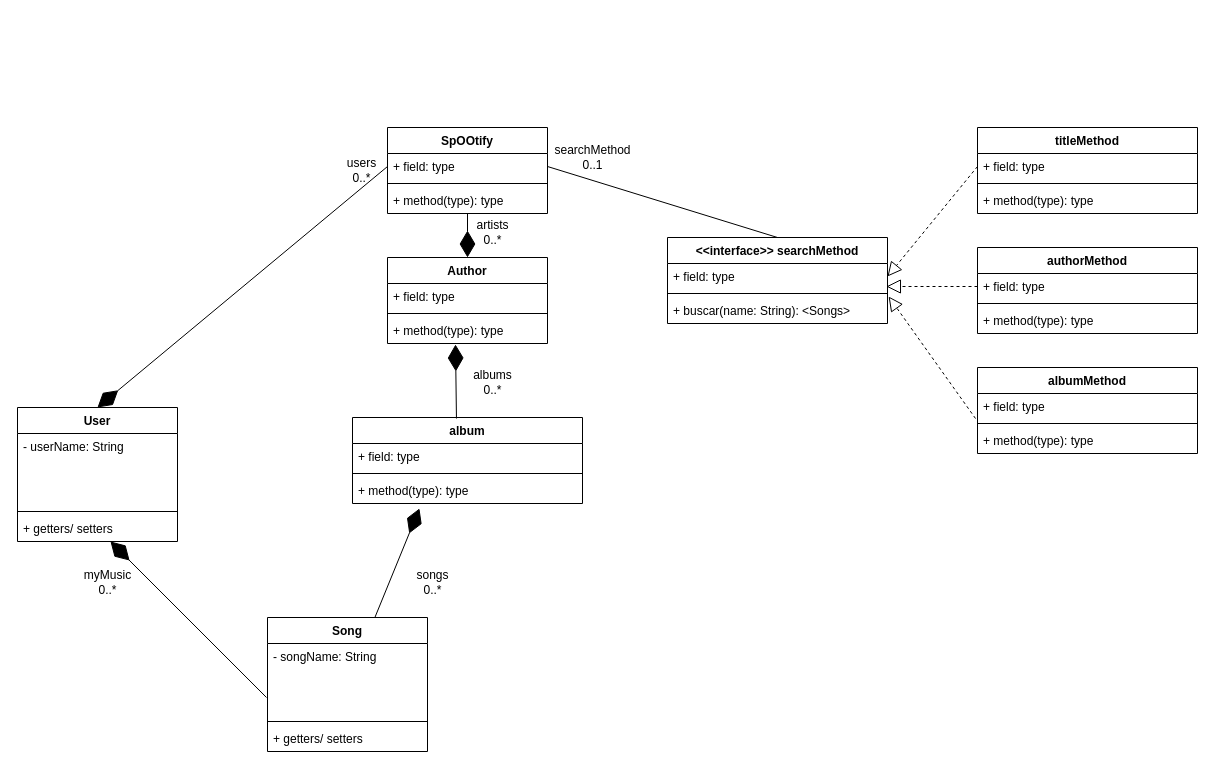
This is practica5_ejercicio1.drawio from ssofiaavila/OO2--Informatica-UNLP, a draw.io file, before an edit. Source tidied: cells renumbered, new cells numbered last; positions are measured from the earlier drawing's top-left corner, leaving out a move shared by most shapes. Both pictures are drawn from the tidied source at 100%, with x=0, y=0 at pixel (17, 127).
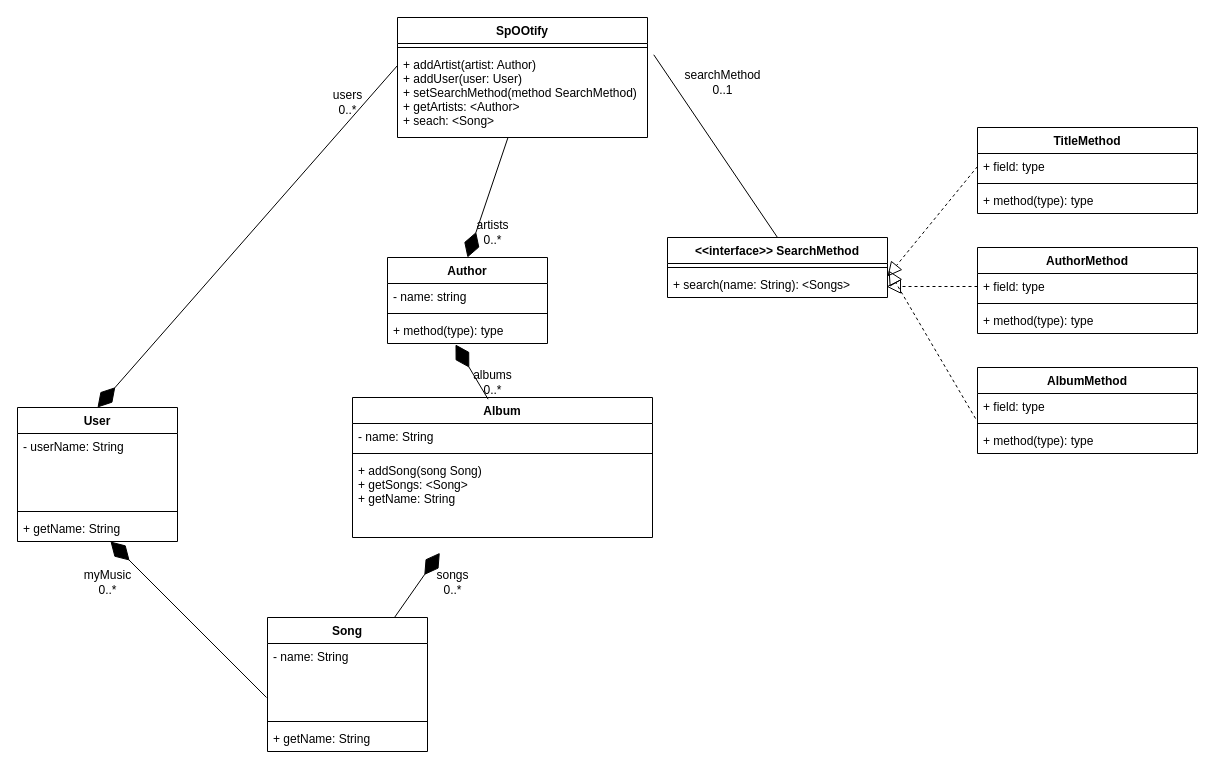
The same diagram, later.

Unchanged cells that the change refers to:
```xml
<mxCell id="6" value="User" style="swimlane;fontStyle=1;align=center;verticalAlign=top;horizontal=1;startSize=26;" parent="1" vertex="1">
  <mxGeometry y="280" width="160" height="134" as="geometry" />
</mxCell>
<mxCell id="10" value="Song" style="swimlane;fontStyle=1;align=center;verticalAlign=top;horizontal=1;startSize=26;" parent="1" vertex="1">
  <mxGeometry x="250" y="490" width="160" height="134" as="geometry" />
</mxCell>
<mxCell id="25" value="+ field: type" style="text;strokeColor=none;fillColor=none;align=left;verticalAlign=top;spacingLeft=4;spacingRight=4;overflow=hidden;points=[[0,0.5],[1,0.5]];portConstraint=eastwest;" parent="24" vertex="1">
  <mxGeometry y="26" width="220" height="26" as="geometry" />
</mxCell>
<mxCell id="29" value="+ field: type" style="text;strokeColor=none;fillColor=none;align=left;verticalAlign=top;spacingLeft=4;spacingRight=4;overflow=hidden;points=[[0,0.5],[1,0.5]];portConstraint=eastwest;" parent="28" vertex="1">
  <mxGeometry y="26" width="220" height="26" as="geometry" />
</mxCell>
<mxCell id="43" value="Author" style="swimlane;fontStyle=1;align=center;verticalAlign=top;horizontal=1;startSize=26;" parent="1" vertex="1">
  <mxGeometry x="370" y="130" width="160" height="86" as="geometry" />
</mxCell>
```

Diff of the diagram source:
```diff
@@
     <mxCell id="2" value="SpOOtify" style="swimlane;fontStyle=1;align=center;verticalAlign=top;horizontal=1;startSize=26;" parent="1" vertex="1">
-      <mxGeometry x="370" width="160" height="86" as="geometry" />
+      <mxGeometry x="380" y="-110" width="250" height="120" as="geometry" />
     </mxCell>
-    <mxCell id="3" value="+ field: type" style="text;strokeColor=none;fillColor=none;align=left;verticalAlign=top;spacingLeft=4;spacingRight=4;overflow=hidden;points=[[0,0.5],[1,0.5]];portConstraint=eastwest;" parent="2" vertex="1">
-      <mxGeometry y="26" width="160" height="26" as="geometry" />
-    </mxCell>
     <mxCell id="4" style="line;strokeWidth=1;fillColor=none;align=left;verticalAlign=middle;spacingTop=-1;spacingLeft=3;spacingRight=3;labelPosition=right;" parent="2" vertex="1">
-      <mxGeometry y="52" width="160" height="8" as="geometry" />
+      <mxGeometry y="26" width="250" height="8" as="geometry" />
     </mxCell>
-    <mxCell id="5" value="+ method(type): type" style="text;strokeColor=none;fillColor=none;align=left;verticalAlign=top;spacingLeft=4;spacingRight=4;overflow=hidden;points=[[0,0.5],[1,0.5]];portConstraint=eastwest;" parent="2" vertex="1">
-      <mxGeometry y="60" width="160" height="26" as="geometry" />
+    <mxCell id="5" value="+ addArtist(artist: Author)&#10;+ addUser(user: User)&#10;+ setSearchMethod(method SearchMethod)&#10;+ getArtists: &lt;Author&gt;&#10;+ seach: &lt;Song&gt;" style="text;strokeColor=none;fillColor=none;align=left;verticalAlign=top;spacingLeft=4;spacingRight=4;overflow=hidden;points=[[0,0.5],[1,0.5]];portConstraint=eastwest;" parent="2" vertex="1">
+      <mxGeometry y="34" width="250" height="86" as="geometry" />
     </mxCell>
@@
-    <mxCell id="9" value="+ getters/ setters" style="text;strokeColor=none;fillColor=none;align=left;verticalAlign=top;spacingLeft=4;spacingRight=4;overflow=hidden;points=[[0,0.5],[1,0.5]];portConstraint=eastwest;" parent="6" vertex="1">
+    <mxCell id="9" value="+ getName: String&#10;" style="text;strokeColor=none;fillColor=none;align=left;verticalAlign=top;spacingLeft=4;spacingRight=4;overflow=hidden;points=[[0,0.5],[1,0.5]];portConstraint=eastwest;" parent="6" vertex="1">
       <mxGeometry y="108" width="160" height="26" as="geometry" />
     </mxCell>
@@
-    <mxCell id="11" value="- songName: String" style="text;strokeColor=none;fillColor=none;align=left;verticalAlign=top;spacingLeft=4;spacingRight=4;overflow=hidden;points=[[0,0.5],[1,0.5]];portConstraint=eastwest;" parent="10" vertex="1">
+    <mxCell id="11" value="- name: String" style="text;strokeColor=none;fillColor=none;align=left;verticalAlign=top;spacingLeft=4;spacingRight=4;overflow=hidden;points=[[0,0.5],[1,0.5]];portConstraint=eastwest;" parent="10" vertex="1">
       <mxGeometry y="26" width="160" height="74" as="geometry" />
     </mxCell>
@@
-    <mxCell id="13" value="+ getters/ setters" style="text;strokeColor=none;fillColor=none;align=left;verticalAlign=top;spacingLeft=4;spacingRight=4;overflow=hidden;" parent="10" vertex="1">
+    <mxCell id="13" value="+ getName: String" style="text;strokeColor=none;fillColor=none;align=left;verticalAlign=top;spacingLeft=4;spacingRight=4;overflow=hidden;" parent="10" vertex="1">
       <mxGeometry y="108" width="160" height="26" as="geometry" />
     </mxCell>
@@
-    <mxCell id="16" style="endArrow=diamondThin;endFill=1;endSize=24;html=1;rounded=0;exitX=0;exitY=0.5;exitDx=0;exitDy=0;entryX=0.5;entryY=0;entryDx=0;entryDy=0;" parent="1" edge="1" source="3" target="6">
+    <mxCell id="16" style="endArrow=diamondThin;endFill=1;endSize=24;html=1;rounded=0;exitX=0;exitY=0.4;exitDx=0;exitDy=0;entryX=0.5;entryY=0;entryDx=0;entryDy=0;exitPerimeter=0;" parent="1" edge="1" source="2" target="6">
       <mxGeometry relative="1" as="geometry" />
     </mxCell>
     <mxCell id="17" value="users&lt;br&gt;0..*" style="text;html=1;align=center;verticalAlign=middle;strokeColor=none;fillColor=none;" parent="1" vertex="1">
-      <mxGeometry x="324" y="28" width="40" height="30" as="geometry" />
+      <mxGeometry x="310" y="-40" width="40" height="30" as="geometry" />
     </mxCell>
-    <mxCell id="18" value="&lt;&lt;interface&gt;&gt; searchMethod" style="swimlane;fontStyle=1;align=center;verticalAlign=top;horizontal=1;startSize=26;" parent="1" vertex="1">
-      <mxGeometry x="650" y="110" width="220" height="86" as="geometry" />
+    <mxCell id="18" value="&lt;&lt;interface&gt;&gt; SearchMethod" style="swimlane;fontStyle=1;align=center;verticalAlign=top;horizontal=1;startSize=26;" parent="1" vertex="1">
+      <mxGeometry x="650" y="110" width="220" height="60" as="geometry" />
     </mxCell>
-    <mxCell id="19" value="+ field: type" style="text;strokeColor=none;fillColor=none;align=left;verticalAlign=top;spacingLeft=4;spacingRight=4;overflow=hidden;points=[[0,0.5],[1,0.5]];portConstraint=eastwest;" parent="18" vertex="1">
-      <mxGeometry y="26" width="220" height="26" as="geometry" />
-    </mxCell>
     <mxCell id="20" style="line;strokeWidth=1;fillColor=none;align=left;verticalAlign=middle;spacingTop=-1;spacingLeft=3;spacingRight=3;labelPosition=right;points=[];portConstraint=eastwest;" parent="18" vertex="1">
-      <mxGeometry y="52" width="220" height="8" as="geometry" />
+      <mxGeometry y="26" width="220" height="8" as="geometry" />
     </mxCell>
-    <mxCell id="21" value="+ buscar(name: String): &lt;Songs&gt;" style="text;strokeColor=none;fillColor=none;align=left;verticalAlign=top;spacingLeft=4;spacingRight=4;overflow=hidden;" parent="18" vertex="1">
-      <mxGeometry y="60" width="220" height="26" as="geometry" />
+    <mxCell id="21" value="+ search(name: String): &lt;Songs&gt;" style="text;strokeColor=none;fillColor=none;align=left;verticalAlign=top;spacingLeft=4;spacingRight=4;overflow=hidden;" parent="18" vertex="1">
+      <mxGeometry y="34" width="220" height="26" as="geometry" />
     </mxCell>
-    <mxCell id="22" style="endArrow=none;html=1;rounded=0;entryX=1;entryY=0.5;entryDx=0;entryDy=0;exitX=0.5;exitY=0;exitDx=0;exitDy=0;" parent="1" edge="1" source="18" target="3">
+    <mxCell id="22" style="endArrow=none;html=1;rounded=0;entryX=1.025;entryY=0.038;entryDx=0;entryDy=0;exitX=0.5;exitY=0;exitDx=0;exitDy=0;entryPerimeter=0;" parent="1" edge="1" source="18" target="5">
       <mxGeometry relative="1" as="geometry" />
     </mxCell>
     <mxCell id="23" value="searchMethod&lt;br&gt;0..1" style="text;html=1;align=center;verticalAlign=middle;strokeColor=none;fillColor=none;" parent="1" vertex="1">
-      <mxGeometry x="530" y="15" width="90" height="30" as="geometry" />
+      <mxGeometry x="660" y="-60" width="90" height="30" as="geometry" />
     </mxCell>
-    <mxCell id="24" value="titleMethod" style="swimlane;fontStyle=1;align=center;verticalAlign=top;horizontal=1;startSize=26;" parent="1" vertex="1">
+    <mxCell id="24" value="TitleMethod" style="swimlane;fontStyle=1;align=center;verticalAlign=top;horizontal=1;startSize=26;" parent="1" vertex="1">
       <mxGeometry x="960" width="220" height="86" as="geometry" />
     </mxCell>
@@
-    <mxCell id="28" value="authorMethod" style="swimlane;fontStyle=1;align=center;verticalAlign=top;horizontal=1;startSize=26;" parent="1" vertex="1">
+    <mxCell id="28" value="AuthorMethod" style="swimlane;fontStyle=1;align=center;verticalAlign=top;horizontal=1;startSize=26;" parent="1" vertex="1">
       <mxGeometry x="960" y="120" width="220" height="86" as="geometry" />
     </mxCell>
@@
-    <mxCell id="32" value="albumMethod" style="swimlane;fontStyle=1;align=center;verticalAlign=top;horizontal=1;startSize=26;" parent="1" vertex="1">
+    <mxCell id="32" value="AlbumMethod" style="swimlane;fontStyle=1;align=center;verticalAlign=top;horizontal=1;startSize=26;" parent="1" vertex="1">
       <mxGeometry x="960" y="240" width="220" height="86" as="geometry" />
     </mxCell>
@@
-    <mxCell id="36" style="endArrow=block;dashed=1;endFill=0;endSize=12;html=1;rounded=0;exitX=0;exitY=0.5;exitDx=0;exitDy=0;entryX=1;entryY=0.5;entryDx=0;entryDy=0;" parent="1" edge="1" source="25" target="19">
-      <mxGeometry relative="1" as="geometry" />
+    <mxCell id="36" style="endArrow=block;dashed=1;endFill=0;endSize=12;html=1;rounded=0;exitX=0;exitY=0.5;exitDx=0;exitDy=0;entryX=1;entryY=0.5;entryDx=0;entryDy=0;" parent="1" edge="1" source="25">
+      <mxGeometry relative="1" as="geometry">
+        <mxPoint x="870" y="149" as="targetPoint" />
+      </mxGeometry>
     </mxCell>
-    <mxCell id="37" style="endArrow=block;dashed=1;endFill=0;endSize=12;html=1;rounded=0;entryX=0.995;entryY=0.885;entryDx=0;entryDy=0;entryPerimeter=0;" parent="1" edge="1" source="29" target="19">
-      <mxGeometry relative="1" as="geometry" />
+    <mxCell id="37" style="endArrow=block;dashed=1;endFill=0;endSize=12;html=1;rounded=0;entryX=0.995;entryY=0.885;entryDx=0;entryDy=0;entryPerimeter=0;" parent="1" edge="1" source="29">
+      <mxGeometry relative="1" as="geometry">
+        <mxPoint x="868.9" y="159" as="targetPoint" />
+      </mxGeometry>
     </mxCell>
@@
-    <mxCell id="39" value="album" style="swimlane;fontStyle=1;align=center;verticalAlign=top;horizontal=1;startSize=26;" parent="1" vertex="1">
-      <mxGeometry x="335" y="290" width="230" height="86" as="geometry" />
+    <mxCell id="39" value="Album" style="swimlane;fontStyle=1;align=center;verticalAlign=top;horizontal=1;startSize=26;" parent="1" vertex="1">
+      <mxGeometry x="335" y="270" width="300" height="140" as="geometry" />
     </mxCell>
-    <mxCell id="40" value="+ field: type" style="text;strokeColor=none;fillColor=none;align=left;verticalAlign=top;spacingLeft=4;spacingRight=4;overflow=hidden;" parent="39" vertex="1">
-      <mxGeometry y="26" width="230" height="26" as="geometry" />
+    <mxCell id="40" value="- name: String" style="text;strokeColor=none;fillColor=none;align=left;verticalAlign=top;spacingLeft=4;spacingRight=4;overflow=hidden;" parent="39" vertex="1">
+      <mxGeometry y="26" width="300" height="26" as="geometry" />
     </mxCell>
     <mxCell id="41" style="line;strokeWidth=1;fillColor=none;align=left;verticalAlign=middle;spacingTop=-1;spacingLeft=3;spacingRight=3;labelPosition=right;" parent="39" vertex="1">
-      <mxGeometry y="52" width="230" height="8" as="geometry" />
+      <mxGeometry y="52" width="300" height="8" as="geometry" />
     </mxCell>
-    <mxCell id="42" value="+ method(type): type" style="text;strokeColor=none;fillColor=none;align=left;verticalAlign=top;spacingLeft=4;spacingRight=4;overflow=hidden;points=[[0,0.5],[1,0.5]];portConstraint=eastwest;" parent="39" vertex="1">
-      <mxGeometry y="60" width="230" height="26" as="geometry" />
+    <mxCell id="42" value="+ addSong(song Song)&#10;+ getSongs: &lt;Song&gt;&#10;+ getName: String" style="text;strokeColor=none;fillColor=none;align=left;verticalAlign=top;spacingLeft=4;spacingRight=4;overflow=hidden;points=[[0,0.5],[1,0.5]];portConstraint=eastwest;" parent="39" vertex="1">
+      <mxGeometry y="60" width="300" height="80" as="geometry" />
     </mxCell>
@@
-    <mxCell id="44" value="+ field: type" style="text;strokeColor=none;fillColor=none;align=left;verticalAlign=top;spacingLeft=4;spacingRight=4;overflow=hidden;" parent="43" vertex="1">
+    <mxCell id="44" value="- name: string" style="text;strokeColor=none;fillColor=none;align=left;verticalAlign=top;spacingLeft=4;spacingRight=4;overflow=hidden;" parent="43" vertex="1">
       <mxGeometry y="26" width="160" height="26" as="geometry" />
     </mxCell>
@@
     <mxCell id="52" value="songs &lt;br&gt;0..*" style="text;html=1;align=center;verticalAlign=middle;strokeColor=none;fillColor=none;" parent="1" vertex="1">
-      <mxGeometry x="390" y="440" width="50" height="30" as="geometry" />
+      <mxGeometry x="410" y="440" width="50" height="30" as="geometry" />
     </mxCell>
```
